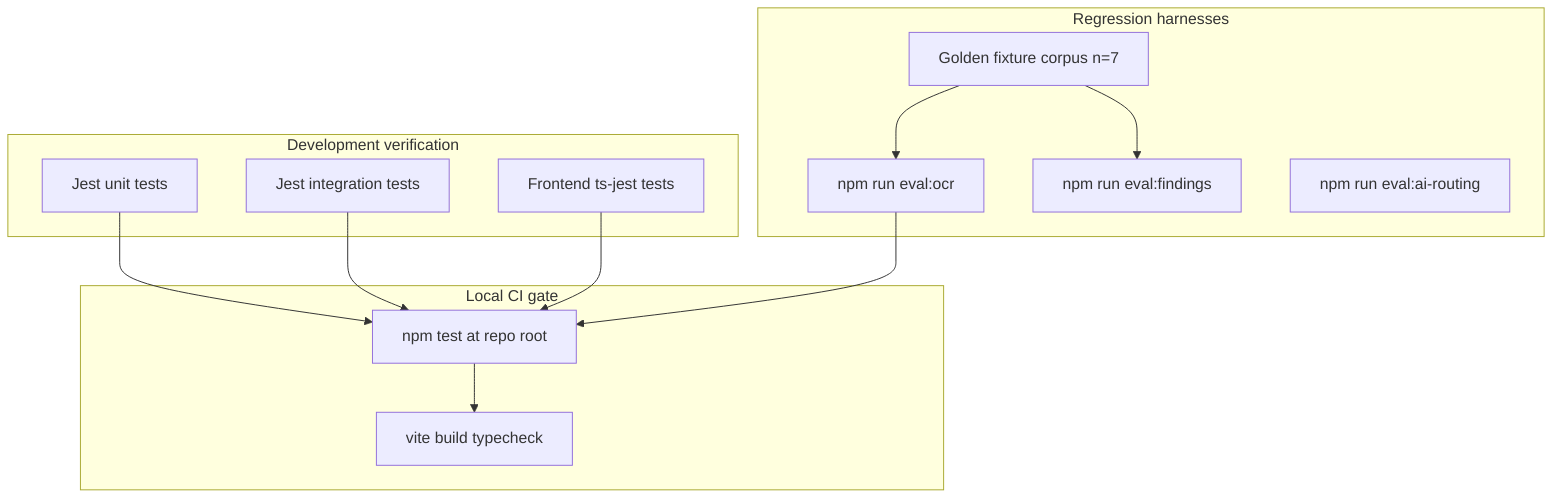
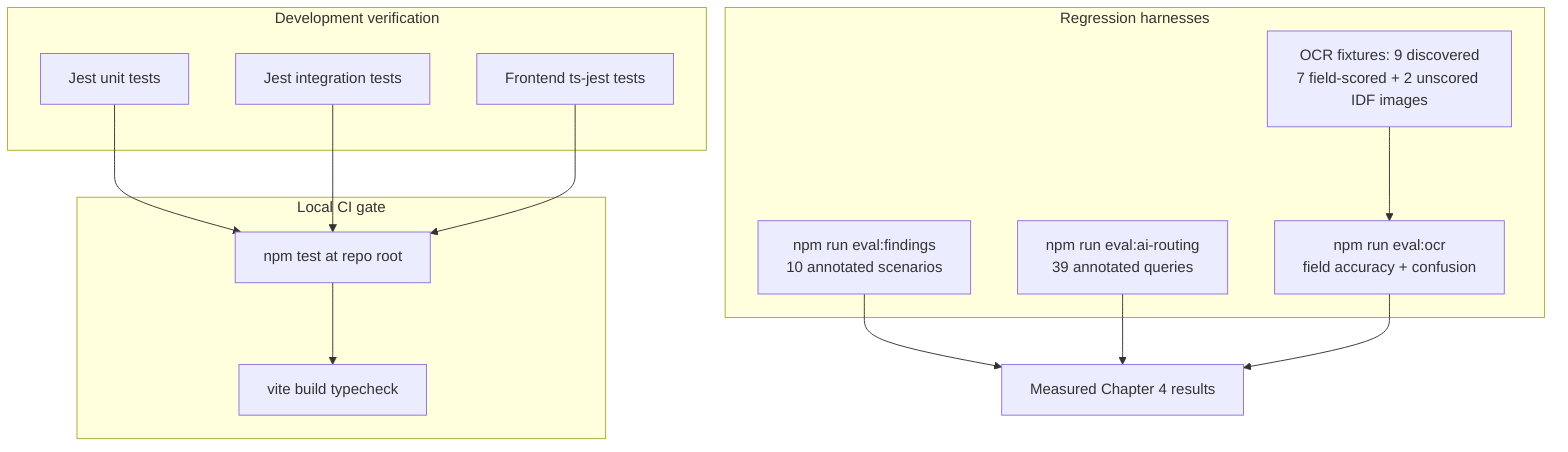
flowchart TB
  subgraph dev [Development verification]
    UnitTests[Jest unit tests]
    IntTests[Jest integration tests]
    FrontendTests[Frontend ts-jest tests]
  end
  subgraph regression [Regression harnesses]
-     Golden[Golden fixture corpus n=7]
-     EvalOCR["npm run eval:ocr"]
-     EvalFindings["npm run eval:findings"]
-     EvalAI["npm run eval:ai-routing"]
+     Golden["OCR fixtures: 9 discovered\n7 field-scored + 2 unscored IDF images"]
+     EvalOCR["npm run eval:ocr\nfield accuracy + confusion"]
+     EvalFindings["npm run eval:findings\n10 annotated scenarios"]
+     EvalAI["npm run eval:ai-routing\n39 annotated queries"]
  end
  subgraph ci [Local CI gate]
    RootTest["npm test at repo root"]
    ViteBuild[vite build typecheck]
  end
  UnitTests --> RootTest
  IntTests --> RootTest
  FrontendTests --> RootTest
  Golden --> EvalOCR
-   Golden --> EvalFindings
-   EvalOCR --> RootTest
+   EvalFindings --> RegressionReport["Measured Chapter 4 results"]
+   EvalAI --> RegressionReport
+   EvalOCR --> RegressionReport
  RootTest --> ViteBuild
